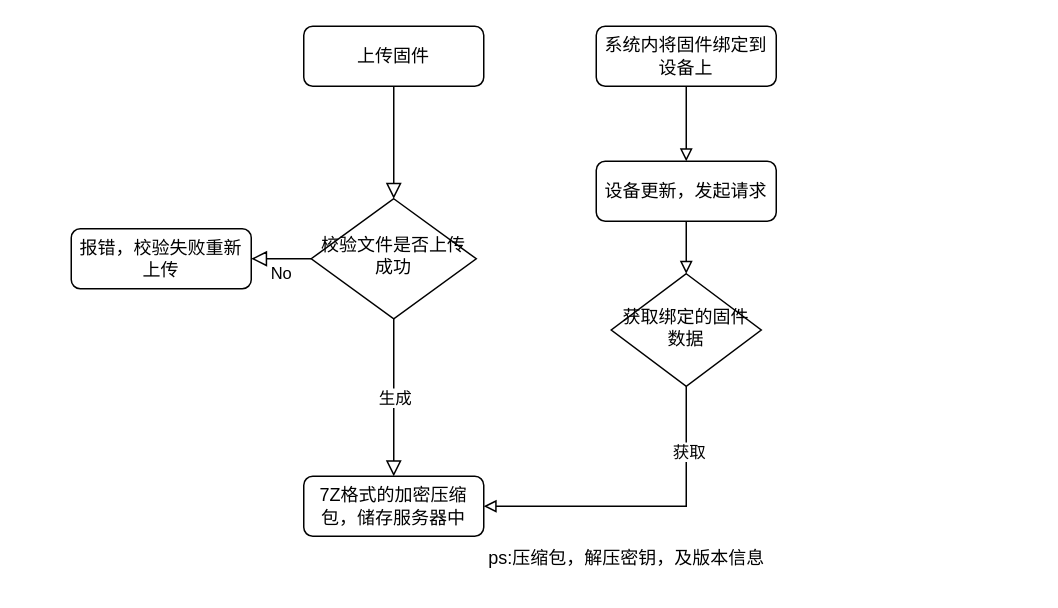
Lv-Rain/Test keeps this draw.io diagram as 未命名绘图.drawio. Above is the earlier version. Source tidied: cells renumbered, new cells numbered last; positions are measured from the earlier drawing's top-left corner, leaving out a move shared by most shapes. Both pictures are drawn from the tidied source at 150%, with x=0, y=0 at pixel (70, 26).
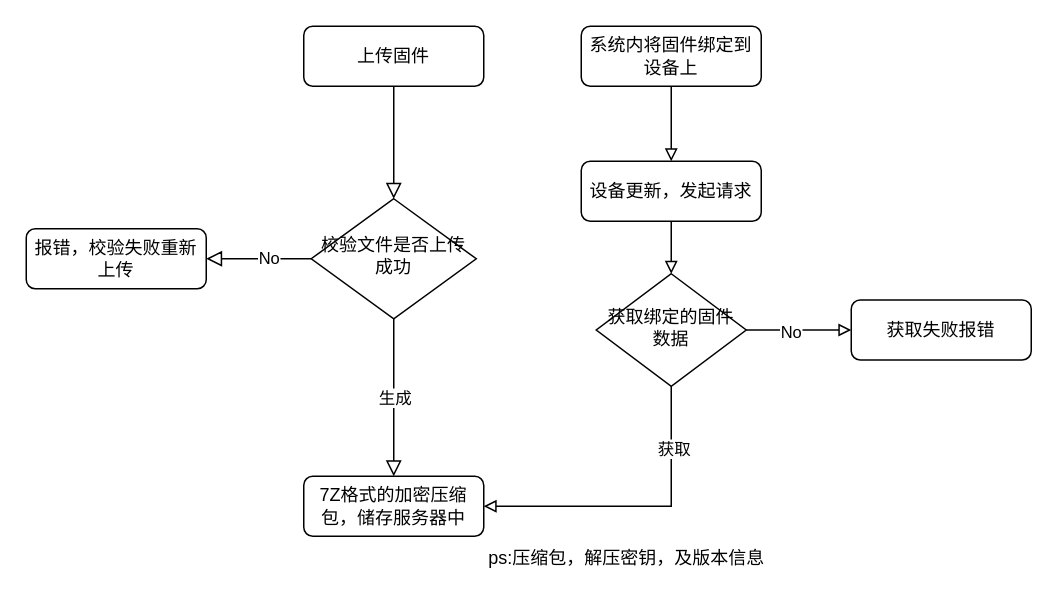
The same diagram, later.

Commit message:
更新未命名绘图.drawio

Unchanged cells that the change refers to:
```xml
<mxCell id="7" value="校验文件是否上传成功" style="rhombus;whiteSpace=wrap;html=1;shadow=0;fontFamily=Helvetica;fontSize=12;align=center;strokeWidth=1;spacing=6;spacingTop=-4;" parent="1" vertex="1">
  <mxGeometry x="160" y="115" width="110" height="80" as="geometry" />
</mxCell>
```

Change to the diagram source:
```diff
@@
-    <mxCell id="6" value="No" style="edgeStyle=orthogonalEdgeStyle;rounded=0;html=1;jettySize=auto;fontSize=11;endArrow=block;endFill=0;endSize=8;strokeWidth=1;shadow=0;labelBackgroundColor=none;" parent="1" edge="1" source="7" target="8">
+    <mxCell id="6" style="edgeStyle=orthogonalEdgeStyle;rounded=0;html=1;jettySize=auto;fontSize=11;endArrow=block;endFill=0;endSize=8;strokeWidth=1;shadow=0;labelBackgroundColor=none;" parent="1" edge="1" source="7" target="8">
       <mxGeometry y="10" relative="1" as="geometry" />
     </mxCell>
+    <mxCell id="18" value="No" style="edgeLabel;html=1;align=center;verticalAlign=middle;" parent="6" vertex="1">
+      <mxGeometry x="-0.17" y="-1" relative="1" as="geometry" />
+    </mxCell>
@@
     <mxCell id="8" value="报错，校验失败重新上传" style="rounded=1;whiteSpace=wrap;html=1;fontSize=12;glass=0;strokeWidth=1;shadow=0;" parent="1" vertex="1">
-      <mxGeometry y="135" width="120" height="40" as="geometry" />
+      <mxGeometry x="-30" y="135" width="120" height="40" as="geometry" />
     </mxCell>
@@
     <mxCell id="10" value="系统内将固件绑定到设备上" style="rounded=1;whiteSpace=wrap;html=1;fontSize=12;glass=0;strokeWidth=1;shadow=0;" parent="1" vertex="1">
-      <mxGeometry x="350" width="120" height="40" as="geometry" />
+      <mxGeometry x="340" width="120" height="40" as="geometry" />
     </mxCell>
@@
     <mxCell id="13" value="设备更新，发起请求" style="rounded=1;whiteSpace=wrap;html=1;fontSize=12;glass=0;strokeWidth=1;shadow=0;" parent="1" vertex="1">
-      <mxGeometry x="350" y="90" width="120" height="40" as="geometry" />
+      <mxGeometry x="340" y="90" width="120" height="40" as="geometry" />
     </mxCell>
@@
+    <mxCell id="19" style="edgeStyle=orthogonalEdgeStyle;rounded=0;jettySize=auto;html=1;exitX=1;exitY=0.5;exitDx=0;exitDy=0;entryX=0;entryY=0.5;entryDx=0;entryDy=0;endArrow=block;endFill=0;" parent="1" edge="1" source="16" target="21">
+      <mxGeometry relative="1" as="geometry" />
+    </mxCell>
+    <mxCell id="20" value="No" style="edgeLabel;html=1;align=center;verticalAlign=middle;" parent="19" vertex="1">
+      <mxGeometry x="-0.17" relative="1" as="geometry">
+        <mxPoint y="1" as="offset" />
+      </mxGeometry>
+    </mxCell>
     <mxCell id="16" value="获取绑定的固件数据" style="rhombus;whiteSpace=wrap;html=1;shadow=0;fontFamily=Helvetica;fontSize=12;align=center;strokeWidth=1;spacing=6;spacingTop=-4;verticalAlign=middle;" parent="1" vertex="1">
-      <mxGeometry x="360" y="165" width="100" height="75" as="geometry" />
+      <mxGeometry x="350" y="165" width="100" height="75" as="geometry" />
     </mxCell>
@@
+    <mxCell id="21" value="获取失败报错" style="rounded=1;whiteSpace=wrap;html=1;fontSize=12;glass=0;strokeWidth=1;shadow=0;" parent="1" vertex="1">
+      <mxGeometry x="520" y="182.5" width="120" height="40" as="geometry" />
+    </mxCell>
```
